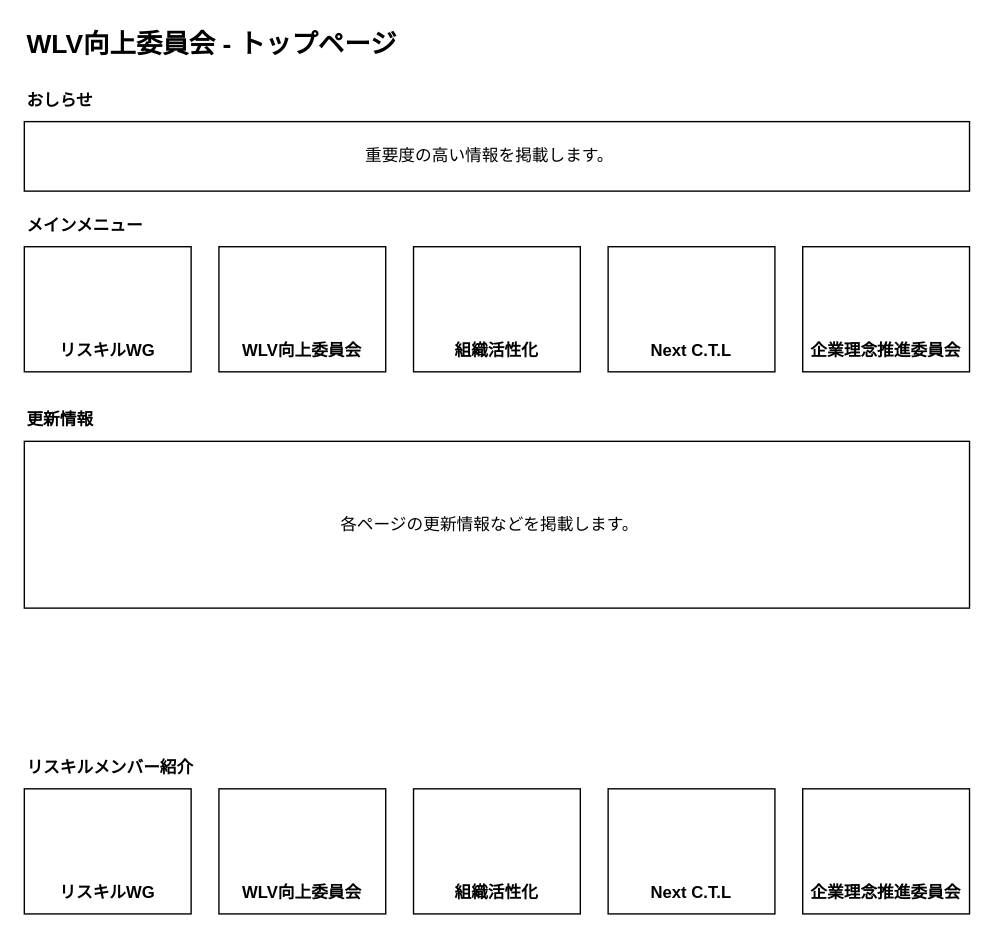
This is page "リスキルサイト" (3 of 4) of 20250702_リスキルサイト案.drawio from reizo0901/drawio, a draw.io file, before an edit. Source tidied: cells renumbered, new cells numbered last; positions are measured from the earlier drawing's top-left corner, leaving out a move shared by most shapes. Both pictures are drawn from the tidied source at 139%, with x=0, y=0 at pixel (24, 24).
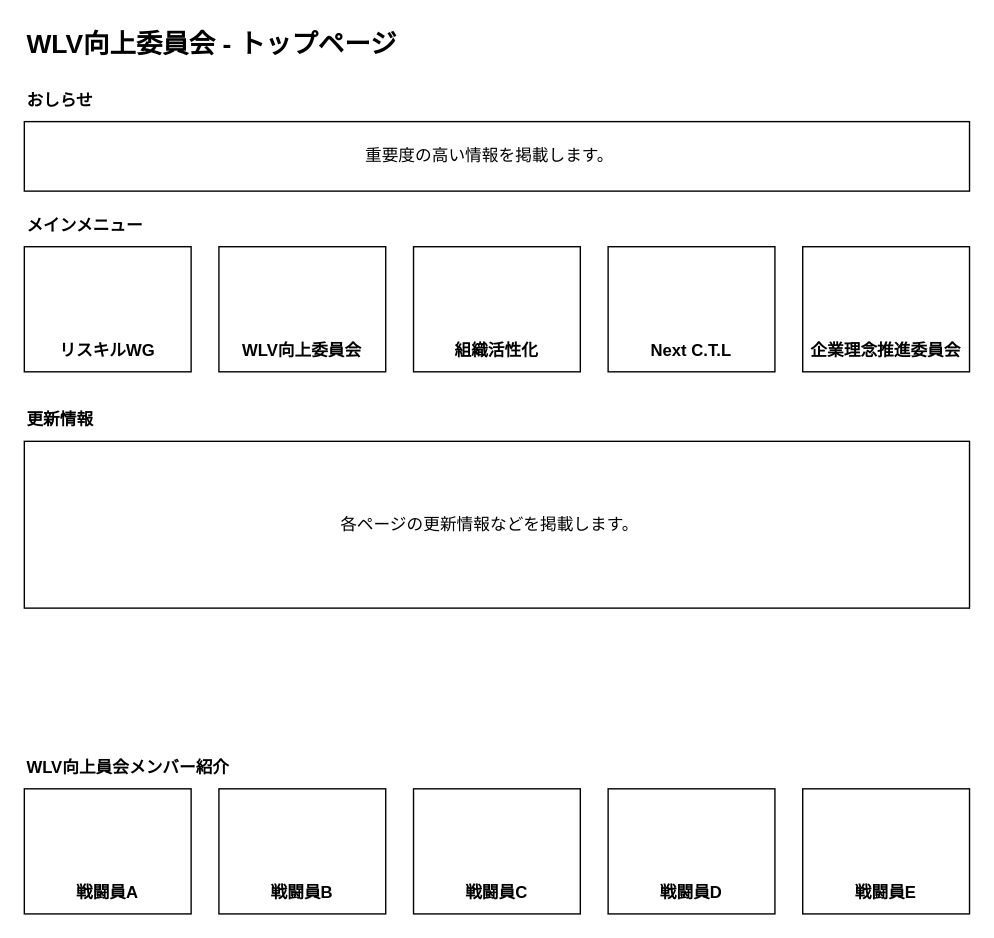
After the change.

Change to the diagram source:
```diff
@@
-    <mxCell id="9" value="リスキルメンバー紹介" style="text;html=1;align=left;verticalAlign=middle;whiteSpace=wrap;rounded=0;fontSize=12;fontStyle=1;" parent="1" vertex="1">
+    <mxCell id="9" value="WLV向上員会メンバー紹介" style="text;html=1;align=left;verticalAlign=middle;whiteSpace=wrap;rounded=0;fontSize=12;fontStyle=1;" parent="1" vertex="1">
       <mxGeometry y="520" width="240" height="30" as="geometry" />
     </mxCell>
@@
-    <mxCell id="24" value="リスキルWG" style="text;html=1;align=center;verticalAlign=middle;whiteSpace=wrap;rounded=0;fontSize=12;fontStyle=1;" parent="1" vertex="1">
+    <mxCell id="24" value="戦闘員A" style="text;html=1;align=center;verticalAlign=middle;whiteSpace=wrap;rounded=0;fontSize=12;fontStyle=1;" parent="1" vertex="1">
       <mxGeometry y="610" width="120" height="30" as="geometry" />
     </mxCell>
-    <mxCell id="25" value="WLV向上委員会" style="text;html=1;align=center;verticalAlign=middle;whiteSpace=wrap;rounded=0;fontSize=12;fontStyle=1;" parent="1" vertex="1">
+    <mxCell id="25" value="戦闘員B" style="text;html=1;align=center;verticalAlign=middle;whiteSpace=wrap;rounded=0;fontSize=12;fontStyle=1;" parent="1" vertex="1">
       <mxGeometry x="140" y="610" width="120" height="30" as="geometry" />
     </mxCell>
-    <mxCell id="26" value="組織活性化" style="text;html=1;align=center;verticalAlign=middle;whiteSpace=wrap;rounded=0;fontSize=12;fontStyle=1;" parent="1" vertex="1">
+    <mxCell id="26" value="戦闘員C" style="text;html=1;align=center;verticalAlign=middle;whiteSpace=wrap;rounded=0;fontSize=12;fontStyle=1;" parent="1" vertex="1">
       <mxGeometry x="280" y="610" width="120" height="30" as="geometry" />
     </mxCell>
-    <mxCell id="27" value="Next C.T.L" style="text;html=1;align=center;verticalAlign=middle;whiteSpace=wrap;rounded=0;fontSize=12;fontStyle=1;" parent="1" vertex="1">
+    <mxCell id="27" value="戦闘員D" style="text;html=1;align=center;verticalAlign=middle;whiteSpace=wrap;rounded=0;fontSize=12;fontStyle=1;" parent="1" vertex="1">
       <mxGeometry x="420" y="610" width="120" height="30" as="geometry" />
     </mxCell>
-    <mxCell id="28" value="企業理念推進委員会" style="text;html=1;align=center;verticalAlign=middle;whiteSpace=wrap;rounded=0;fontSize=12;fontStyle=1;" parent="1" vertex="1">
+    <mxCell id="28" value="戦闘員E" style="text;html=1;align=center;verticalAlign=middle;whiteSpace=wrap;rounded=0;fontSize=12;fontStyle=1;" parent="1" vertex="1">
       <mxGeometry x="560" y="610" width="120" height="30" as="geometry" />
     </mxCell>
```
